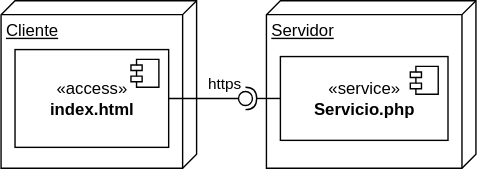
Before: docs/img/m02servicio/serviciodistribucion.drawio.svg, a diagram exported from draw.io (gilpgawoas/gilpgawoas.github.io). Source tidied: cells renumbered, new cells last; positions are measured from the earlier drawing's top-left corner, leaving out a move shared by most shapes. Its diagram source:
```xml
<mxGraphModel>
  <root>
    <mxCell id="0" />
    <mxCell id="1" parent="0" />
    <mxCell id="2" value="Cliente" style="verticalAlign=top;align=left;spacingTop=8;spacingLeft=2;spacingRight=12;shape=cube;size=10;direction=south;fontStyle=4;html=1;" parent="1" vertex="1">
      <mxGeometry width="140" height="120" as="geometry" />
    </mxCell>
    <mxCell id="3" value="«access»&lt;br&gt;&lt;b&gt;index.html&lt;/b&gt;" style="html=1;" parent="1" vertex="1">
      <mxGeometry x="10" y="35" width="110" height="70" as="geometry" />
    </mxCell>
    <mxCell id="4" style="shape=module;jettyWidth=8;jettyHeight=4;" parent="3" vertex="1">
      <mxGeometry x="1" width="20" height="20" relative="1" as="geometry">
        <mxPoint x="-27" y="7" as="offset" />
      </mxGeometry>
    </mxCell>
    <mxCell id="5" value="Servidor" style="verticalAlign=top;align=left;spacingTop=8;spacingLeft=2;spacingRight=12;shape=cube;size=10;direction=south;fontStyle=4;html=1;" parent="1" vertex="1">
      <mxGeometry x="190" width="150" height="120" as="geometry" />
    </mxCell>
    <mxCell id="6" value="«service»&lt;br&gt;&lt;b&gt;Servicio.php&lt;/b&gt;" style="html=1;" parent="1" vertex="1">
      <mxGeometry x="200" y="40" width="120" height="60" as="geometry" />
    </mxCell>
    <mxCell id="7" style="shape=module;jettyWidth=8;jettyHeight=4;" parent="6" vertex="1">
      <mxGeometry x="1" width="20" height="20" relative="1" as="geometry">
        <mxPoint x="-27" y="7" as="offset" />
      </mxGeometry>
    </mxCell>
    <mxCell id="8" value="https" style="rounded=0;jettySize=auto;html=1;endArrow=none;endFill=0;sketch=0;sourcePerimeterSpacing=0;targetPerimeterSpacing=0;exitX=1;exitY=0.5;exitDx=0;exitDy=0;" parent="1" edge="1" source="3" target="10">
      <mxGeometry x="0.6" y="10" relative="1" as="geometry" />
    </mxCell>
    <mxCell id="9" style="rounded=0;jettySize=auto;html=1;endArrow=halfCircle;endFill=0;entryX=0.5;entryY=0.5;endSize=6;strokeWidth=1;sketch=0;exitX=0;exitY=0.5;exitDx=0;exitDy=0;" parent="1" edge="1" source="6" target="10">
      <mxGeometry relative="1" as="geometry" />
    </mxCell>
    <mxCell id="10" style="ellipse;whiteSpace=wrap;html=1;align=center;points=[];outlineConnect=0;sketch=0;" parent="1" vertex="1">
      <mxGeometry x="170" y="65" width="10" height="10" as="geometry" />
    </mxCell>
  </root>
</mxGraphModel>
```
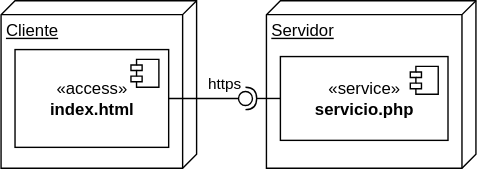
The same diagram one commit later.

Change to the diagram source:
```diff
@@ -16,7 +16,7 @@
     <mxCell id="5" value="Servidor" style="verticalAlign=top;align=left;spacingTop=8;spacingLeft=2;spacingRight=12;shape=cube;size=10;direction=south;fontStyle=4;html=1;" parent="1" vertex="1">
       <mxGeometry x="190" width="150" height="120" as="geometry" />
     </mxCell>
-    <mxCell id="6" value="«service»&lt;br&gt;&lt;b&gt;Servicio.php&lt;/b&gt;" style="html=1;" parent="1" vertex="1">
+    <mxCell id="6" value="«service»&lt;br&gt;&lt;b&gt;servicio.php&lt;/b&gt;" style="html=1;" parent="1" vertex="1">
       <mxGeometry x="200" y="40" width="120" height="60" as="geometry" />
     </mxCell>
     <mxCell id="7" style="shape=module;jettyWidth=8;jettyHeight=4;" parent="6" vertex="1">
```
